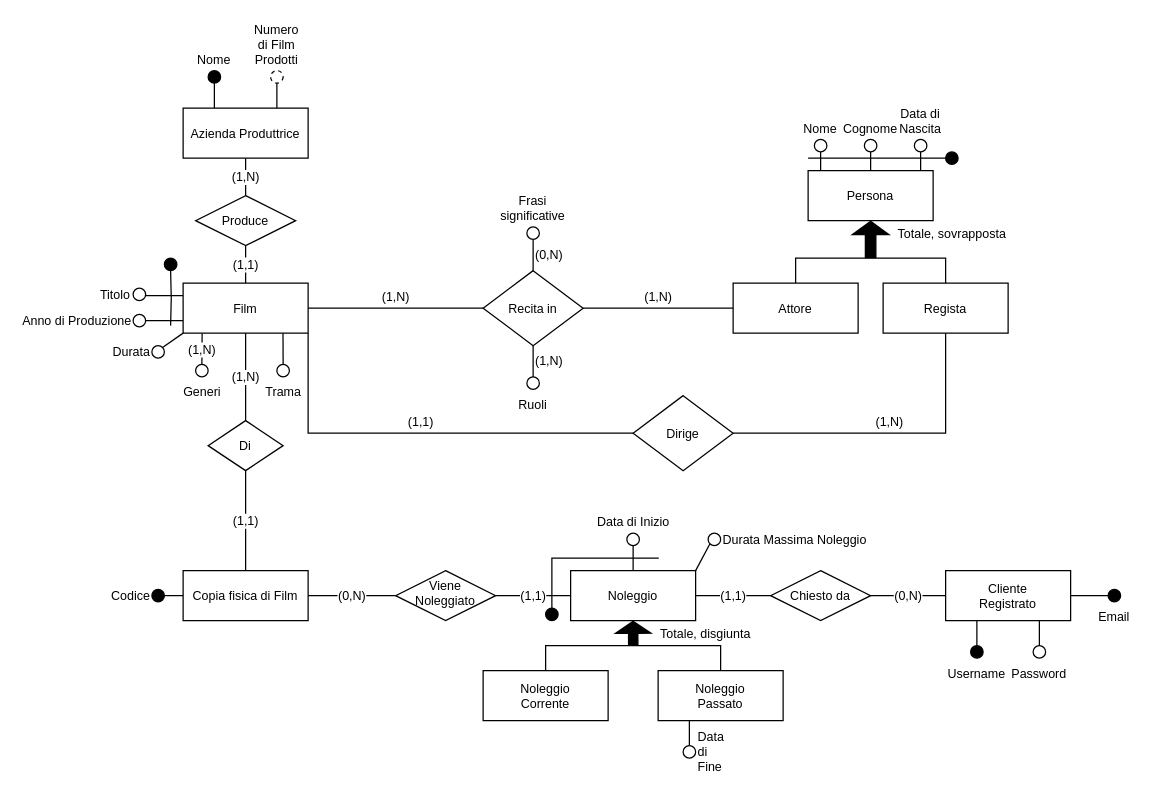
lazylace37/uni_basi_di_dati_lab keeps this draw.io diagram as page "ER" (2 of 3) of ER.drawio. Above is the earlier version. Source tidied: cells renumbered, new cells numbered last; positions are measured from the earlier drawing's top-left corner, leaving out a move shared by most shapes. Both pictures are drawn from the tidied source at 125%, with x=0, y=0 at pixel (132, 70).
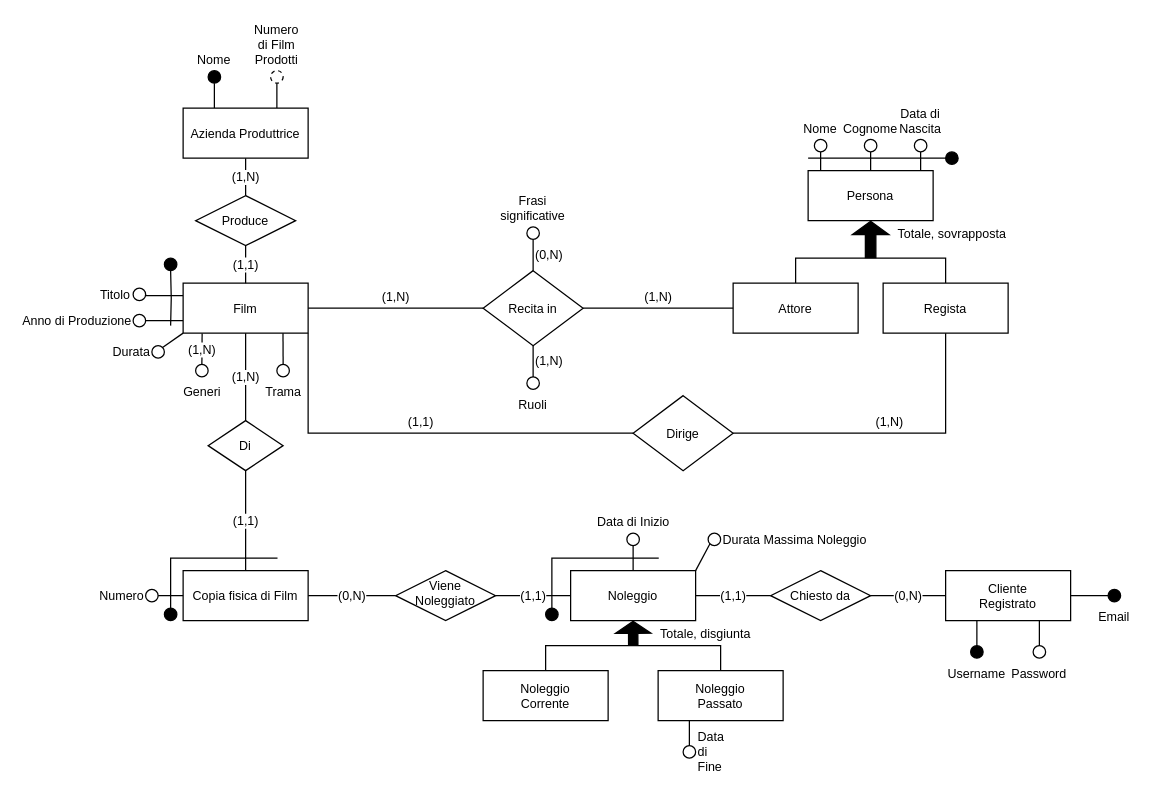
Above is the later version.

Change to the diagram source:
```diff
@@
-    <mxCell id="73" value="Codice" style="ellipse;html=1;align=right;labelPosition=left;verticalLabelPosition=middle;verticalAlign=middle;fillColor=#000000;fontSize=10;" parent="1" vertex="1">
-      <mxGeometry x="15" y="415" width="10" height="10" as="geometry" />
+    <mxCell id="73" value="Numero" style="ellipse;html=1;align=right;labelPosition=left;verticalLabelPosition=middle;verticalAlign=middle;fillColor=none;fontSize=10;" parent="1" vertex="1">
+      <mxGeometry x="10" y="415" width="10" height="10" as="geometry" />
     </mxCell>
@@
+    <mxCell id="78" style="shape=partialRectangle;whiteSpace=wrap;html=1;bottom=0;right=0;fillColor=none;fontFamily=Helvetica;fontSize=10;fontColor=default;labelBackgroundColor=default;" parent="1" vertex="1">
+      <mxGeometry x="30" y="390" width="85" height="40" as="geometry" />
+    </mxCell>
+    <mxCell id="79" style="ellipse;whiteSpace=wrap;html=1;align=right;labelPosition=left;verticalLabelPosition=middle;verticalAlign=middle;fillColor=#000000;fontSize=10;" parent="1" vertex="1">
+      <mxGeometry x="25" y="430" width="10" height="10" as="geometry" />
+    </mxCell>
```
